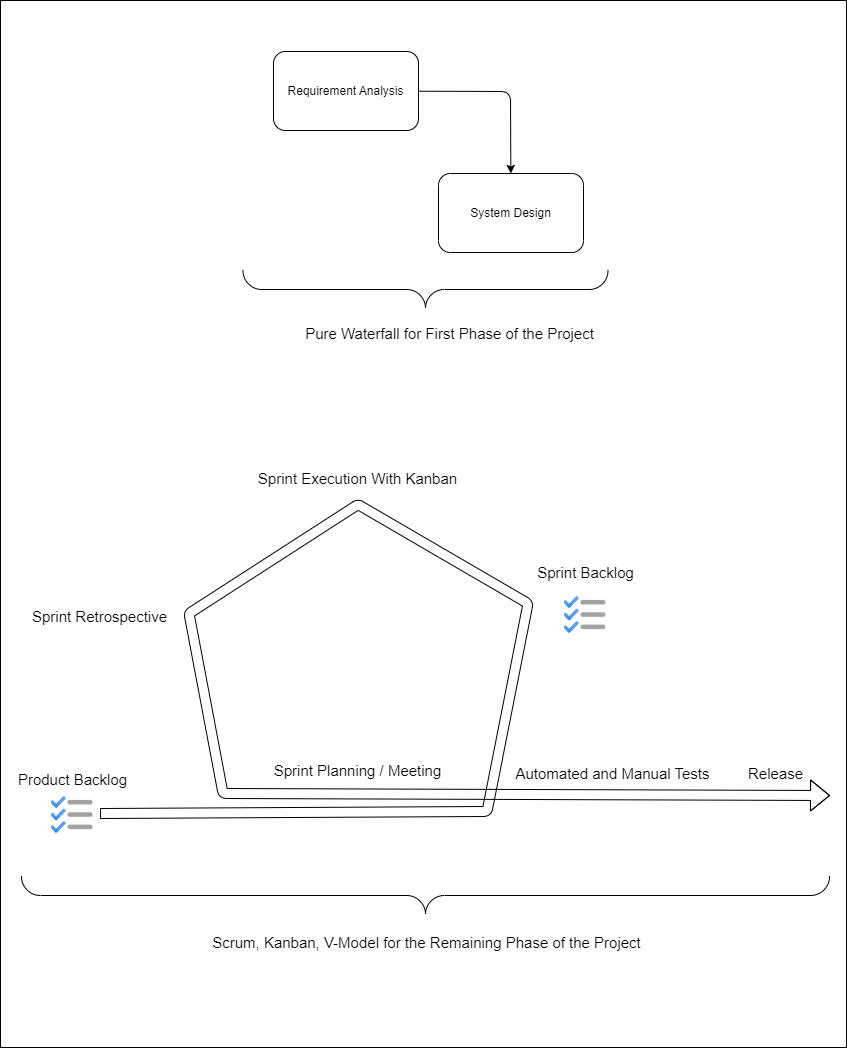
The draw.io diagram sdpm/software-development-process-model.png in staucktion/docs, before a commit. Source tidied: cells renumbered, new cells last; positions are measured from the earlier drawing's top-left corner, leaving out a move shared by most shapes. Source of this version:
```xml
<mxGraphModel background="#ffffff">
  <root>
    <mxCell id="0" />
    <mxCell id="1" parent="0" />
    <mxCell id="2" style="edgeStyle=none;html=1;fontColor=#000000;strokeColor=#000000;" parent="1" edge="1" source="3" target="5">
      <mxGeometry relative="1" as="geometry">
        <Array as="points">
          <mxPoint x="510" y="91" />
        </Array>
      </mxGeometry>
    </mxCell>
    <mxCell id="3" value="&lt;font color=&quot;#000000&quot;&gt;Requirement Analysis&lt;/font&gt;" style="rounded=1;whiteSpace=wrap;html=1;strokeColor=#000000;fillColor=none;" parent="1" vertex="1">
      <mxGeometry x="273" y="51" width="145" height="79" as="geometry" />
    </mxCell>
    <mxCell id="4" style="verticalLabelPosition=bottom;shadow=0;dashed=0;align=center;html=1;verticalAlign=top;strokeWidth=1;shape=mxgraph.mockup.markup.curlyBrace;strokeColor=#000000;fontColor=#000000;fillColor=none;direction=west;" parent="1" vertex="1">
      <mxGeometry x="242.5" y="270" width="365" height="38" as="geometry" />
    </mxCell>
    <mxCell id="5" value="&lt;font color=&quot;#000000&quot;&gt;System Design&lt;/font&gt;" style="rounded=1;whiteSpace=wrap;html=1;strokeColor=#000000;fillColor=none;" parent="1" vertex="1">
      <mxGeometry x="438" y="173" width="145" height="79" as="geometry" />
    </mxCell>
    <mxCell id="6" value="&lt;font style=&quot;font-size: 15px;&quot;&gt;Pure Waterfall for First Phase of the Project&lt;/font&gt;" style="text;html=1;align=center;verticalAlign=middle;strokeColor=none;fillColor=none;fontColor=#000000;" parent="1" vertex="1">
      <mxGeometry x="295" y="318" width="307" height="30" as="geometry" />
    </mxCell>
    <mxCell id="7" style="html=1;align=center;image;fontSize=12;image=img/lib/azure2/general/Backlog.svg;strokeColor=#000000;fontColor=#000000;fillColor=none;" parent="1" vertex="1">
      <mxGeometry x="50.5" y="796" width="41.9" height="37" as="geometry" />
    </mxCell>
    <mxCell id="8" value="&lt;span style=&quot;font-size: 15px;&quot;&gt;Product Backlog&lt;br&gt;&lt;/span&gt;" style="text;html=1;align=center;verticalAlign=middle;strokeColor=none;fillColor=none;fontColor=#000000;" parent="1" vertex="1">
      <mxGeometry x="8" y="764" width="127" height="30" as="geometry" />
    </mxCell>
    <mxCell id="9" style="shape=flexArrow;endArrow=classic;html=1;strokeColor=#000000;fontSize=15;fontColor=#000000;" parent="1" edge="1">
      <mxGeometry relative="1" as="geometry">
        <mxPoint x="99.5" y="813" as="sourcePoint" />
        <mxPoint x="829.5" y="795" as="targetPoint" />
        <Array as="points">
          <mxPoint x="486.5" y="811" />
          <mxPoint x="527.5" y="603" />
          <mxPoint x="357.5" y="504" />
          <mxPoint x="188.5" y="613" />
          <mxPoint x="222.5" y="793" />
        </Array>
      </mxGeometry>
    </mxCell>
    <mxCell id="10" value="&lt;span style=&quot;font-size: 15px;&quot;&gt;Automated and Manual Tests&lt;br&gt;&lt;/span&gt;" style="text;html=1;align=center;verticalAlign=middle;strokeColor=none;fillColor=none;fontColor=#000000;" parent="1" vertex="1">
      <mxGeometry x="505.5" y="758" width="212" height="30" as="geometry" />
    </mxCell>
    <mxCell id="11" value="&lt;span style=&quot;font-size: 15px;&quot;&gt;Sprint&amp;nbsp;Backlog&lt;br&gt;&lt;/span&gt;" style="text;html=1;align=center;verticalAlign=middle;strokeColor=none;fillColor=none;fontColor=#000000;" parent="1" vertex="1">
      <mxGeometry x="527" y="557" width="115" height="30" as="geometry" />
    </mxCell>
    <mxCell id="12" style="html=1;align=center;image;fontSize=12;image=img/lib/azure2/general/Backlog.svg;strokeColor=#000000;fontColor=#000000;fillColor=none;" parent="1" vertex="1">
      <mxGeometry x="563.5" y="596" width="41.9" height="37" as="geometry" />
    </mxCell>
    <mxCell id="13" value="&lt;span style=&quot;font-size: 15px;&quot;&gt;Release&lt;br&gt;&lt;/span&gt;" style="text;html=1;align=center;verticalAlign=middle;strokeColor=none;fillColor=none;fontColor=#000000;" parent="1" vertex="1">
      <mxGeometry x="738" y="758" width="73" height="30" as="geometry" />
    </mxCell>
    <mxCell id="14" value="&lt;span style=&quot;font-size: 15px;&quot;&gt;Sprint&amp;nbsp;Planning / Meeting&lt;br&gt;&lt;/span&gt;" style="text;html=1;align=center;verticalAlign=middle;strokeColor=none;fillColor=none;fontColor=#000000;" parent="1" vertex="1">
      <mxGeometry x="263.5" y="755" width="186" height="30" as="geometry" />
    </mxCell>
    <mxCell id="15" value="&lt;span style=&quot;font-size: 15px;&quot;&gt;Sprint Retrospective&lt;/span&gt;" style="text;html=1;align=center;verticalAlign=middle;strokeColor=none;fillColor=none;fontColor=#000000;" parent="1" vertex="1">
      <mxGeometry x="22" y="601" width="153" height="30" as="geometry" />
    </mxCell>
    <mxCell id="16" value="&lt;span style=&quot;font-size: 15px;&quot;&gt;Sprint Execution With Kanban&lt;/span&gt;" style="text;html=1;align=center;verticalAlign=middle;strokeColor=none;fillColor=none;fontColor=#000000;" parent="1" vertex="1">
      <mxGeometry x="248" y="463" width="217" height="30" as="geometry" />
    </mxCell>
    <mxCell id="17" style="verticalLabelPosition=bottom;shadow=0;dashed=0;align=center;html=1;verticalAlign=top;strokeWidth=1;shape=mxgraph.mockup.markup.curlyBrace;strokeColor=#000000;fontColor=#000000;fillColor=none;direction=west;" parent="1" vertex="1">
      <mxGeometry x="21" y="876" width="808" height="38" as="geometry" />
    </mxCell>
    <mxCell id="18" style="whiteSpace=wrap;html=1;strokeColor=#000000;fontSize=15;fontColor=#000000;fillColor=none;" parent="1" vertex="1">
      <mxGeometry width="846" height="1047" as="geometry" />
    </mxCell>
    <mxCell id="19" value="&lt;span style=&quot;font-size: 15px;&quot;&gt;Scrum, Kanban, V-Model for the Remaining Phase of the Project&lt;/span&gt;" style="text;html=1;align=center;verticalAlign=middle;strokeColor=none;fillColor=none;fontColor=#000000;" parent="1" vertex="1">
      <mxGeometry x="203" y="927" width="446" height="30" as="geometry" />
    </mxCell>
  </root>
</mxGraphModel>
```
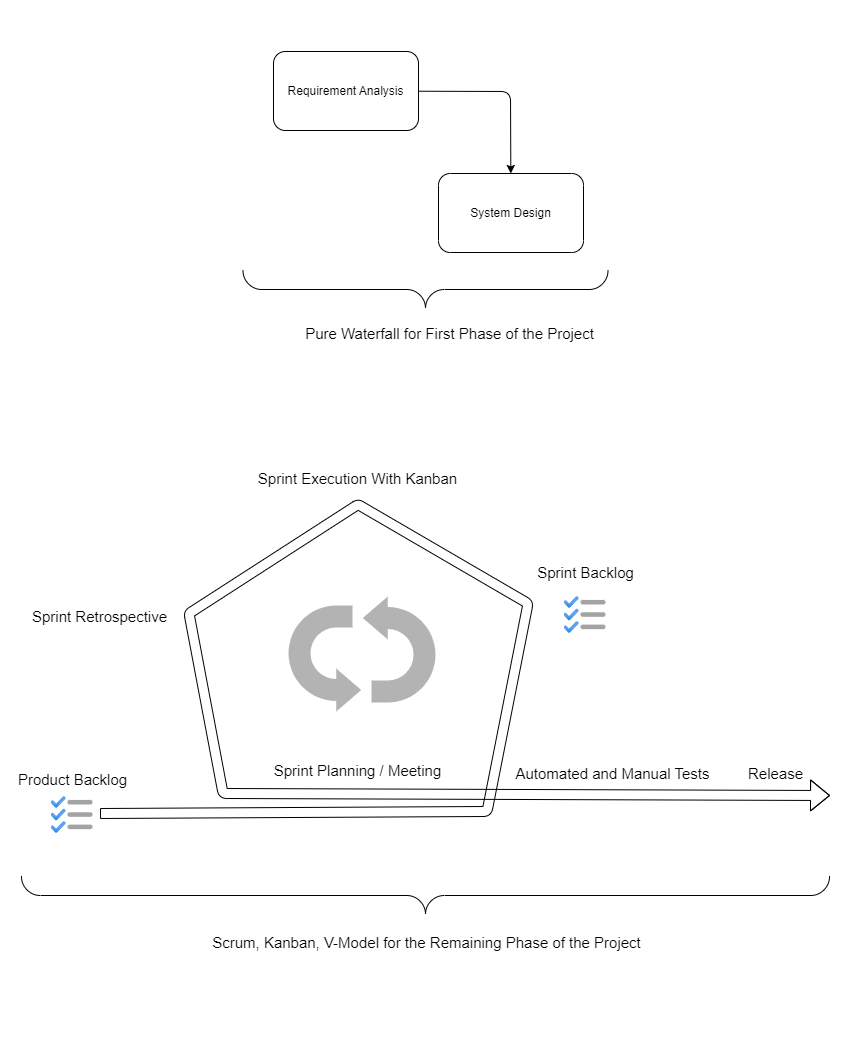
The same file after the commit.

The edit, as a diff of the source:
```diff
@@ -64,11 +64,17 @@
     <mxCell id="17" style="verticalLabelPosition=bottom;shadow=0;dashed=0;align=center;html=1;verticalAlign=top;strokeWidth=1;shape=mxgraph.mockup.markup.curlyBrace;strokeColor=#000000;fontColor=#000000;fillColor=none;direction=west;" parent="1" vertex="1">
       <mxGeometry x="21" y="876" width="808" height="38" as="geometry" />
     </mxCell>
-    <mxCell id="18" style="whiteSpace=wrap;html=1;strokeColor=#000000;fontSize=15;fontColor=#000000;fillColor=none;" parent="1" vertex="1">
+    <mxCell id="18" style="whiteSpace=wrap;html=1;strokeColor=#FFFFFF;fontSize=15;fontColor=#000000;fillColor=none;" parent="1" vertex="1">
       <mxGeometry width="846" height="1047" as="geometry" />
     </mxCell>
     <mxCell id="19" value="&lt;span style=&quot;font-size: 15px;&quot;&gt;Scrum, Kanban, V-Model for the Remaining Phase of the Project&lt;/span&gt;" style="text;html=1;align=center;verticalAlign=middle;strokeColor=none;fillColor=none;fontColor=#000000;" parent="1" vertex="1">
       <mxGeometry x="203" y="927" width="446" height="30" as="geometry" />
     </mxCell>
+    <mxCell id="20" style="html=1;shadow=0;dashed=0;align=center;verticalAlign=middle;shape=mxgraph.arrows2.uTurnArrow;dy=11;arrowHead=43;dx2=25;flipV=0;flipH=1;gradientColor=none;strokeColor=none;fillColor=#B3B3B3;" parent="1" vertex="1">
+      <mxGeometry x="371" y="596" width="64" height="106" as="geometry" />
+    </mxCell>
+    <mxCell id="21" style="html=1;shadow=0;dashed=0;align=center;verticalAlign=middle;shape=mxgraph.arrows2.uTurnArrow;dy=11;arrowHead=43;dx2=25;flipV=1;flipH=0;gradientColor=none;strokeColor=none;fillColor=#B3B3B3;" parent="1" vertex="1">
+      <mxGeometry x="288" y="605" width="64" height="106" as="geometry" />
+    </mxCell>
   </root>
 </mxGraphModel>
```
